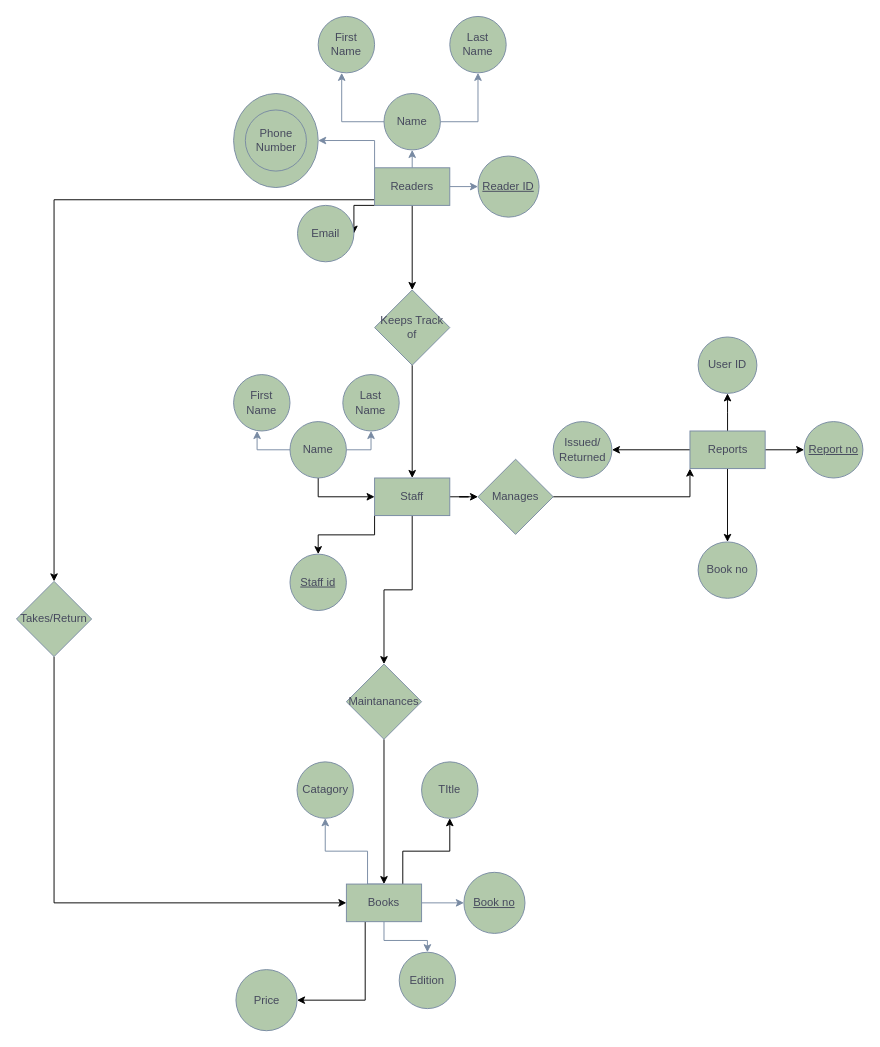
This is Untitled Diagram.drawio from Milkeybear14/DBMS-Assignment, a draw.io file, before an edit. Source tidied: cells renumbered, new cells numbered last; positions are measured from the earlier drawing's top-left corner, leaving out a move shared by most shapes. Both pictures are drawn from the tidied source at 94%, with x=0, y=0 at pixel (16, 16).
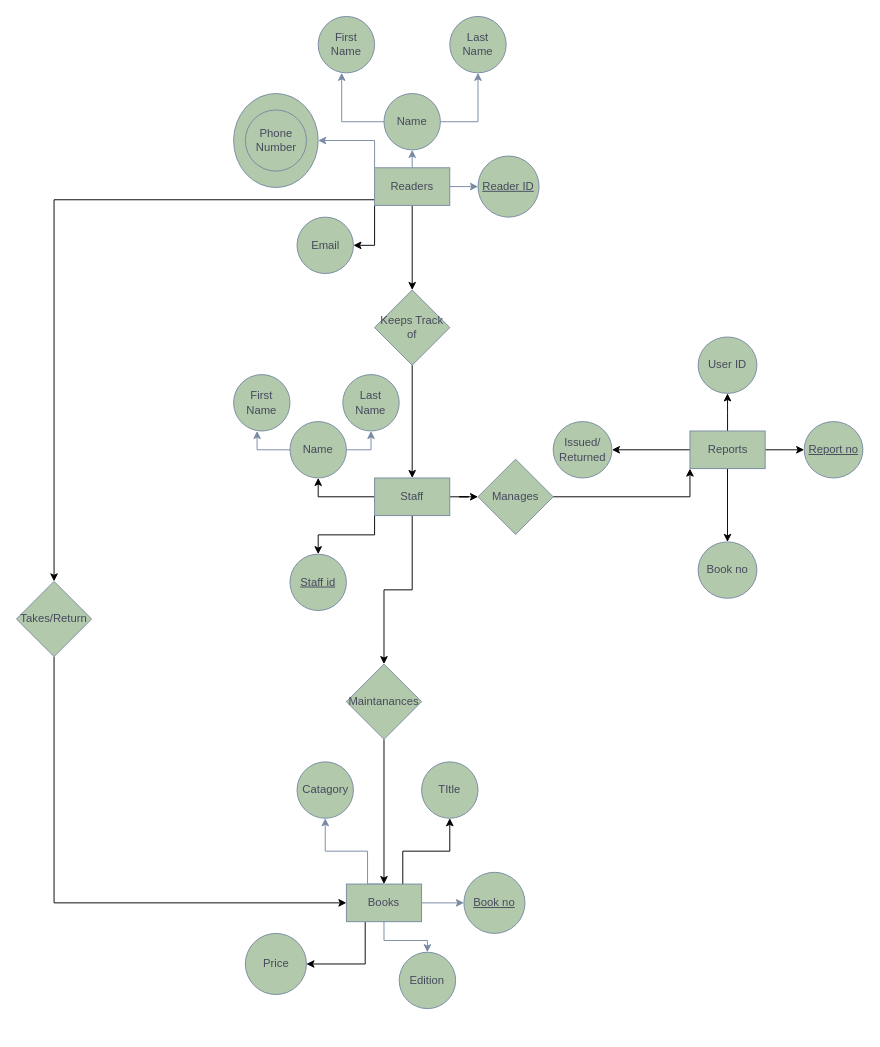
The same diagram, later.

The change refers to these unchanged cells:
```xml
<mxCell id="34" value="Staff" style="rounded=0;whiteSpace=wrap;html=1;labelBackgroundColor=none;fillColor=#B2C9AB;strokeColor=#788AA3;fontColor=#46495D;" parent="1" vertex="1">
  <mxGeometry x="381" y="491" width="80" height="40" as="geometry" />
</mxCell>
<mxCell id="37" value="Name" style="ellipse;whiteSpace=wrap;html=1;labelBackgroundColor=none;fillColor=#B2C9AB;strokeColor=#788AA3;fontColor=#46495D;" parent="1" vertex="1">
  <mxGeometry x="291" y="431" width="60" height="60" as="geometry" />
</mxCell>
```

What changed in the source:
```diff
@@
     <mxCell id="9" value="Email" style="ellipse;whiteSpace=wrap;html=1;labelBackgroundColor=none;fillColor=#B2C9AB;strokeColor=#788AA3;fontColor=#46495D;" parent="1" vertex="1">
-      <mxGeometry x="299" y="201" width="60" height="60" as="geometry" />
+      <mxGeometry x="298.5" y="213.5" width="60" height="60" as="geometry" />
     </mxCell>
@@
     <mxCell id="28" value="Price" style="ellipse;whiteSpace=wrap;html=1;labelBackgroundColor=none;fillColor=#B2C9AB;strokeColor=#788AA3;fontColor=#46495D;" parent="1" vertex="1">
-      <mxGeometry x="233.5" y="1014" width="65" height="65" as="geometry" />
+      <mxGeometry x="243.5" y="975.5" width="65" height="65" as="geometry" />
     </mxCell>
@@
+    <mxCell id="59" style="edgeStyle=orthogonalEdgeStyle;rounded=0;jettySize=auto;html=1;exitX=0;exitY=0.5;exitDx=0;exitDy=0;entryX=0.5;entryY=1;entryDx=0;entryDy=0;" parent="1" edge="1" source="34" target="37">
+      <mxGeometry relative="1" as="geometry" />
+    </mxCell>
@@
-    <mxCell id="36" style="edgeStyle=orthogonalEdgeStyle;rounded=0;jettySize=auto;html=1;exitX=0.5;exitY=1;exitDx=0;exitDy=0;entryX=0;entryY=0.5;entryDx=0;entryDy=0;" parent="1" edge="1" source="37" target="34">
-      <mxGeometry relative="1" as="geometry" />
-    </mxCell>
```
